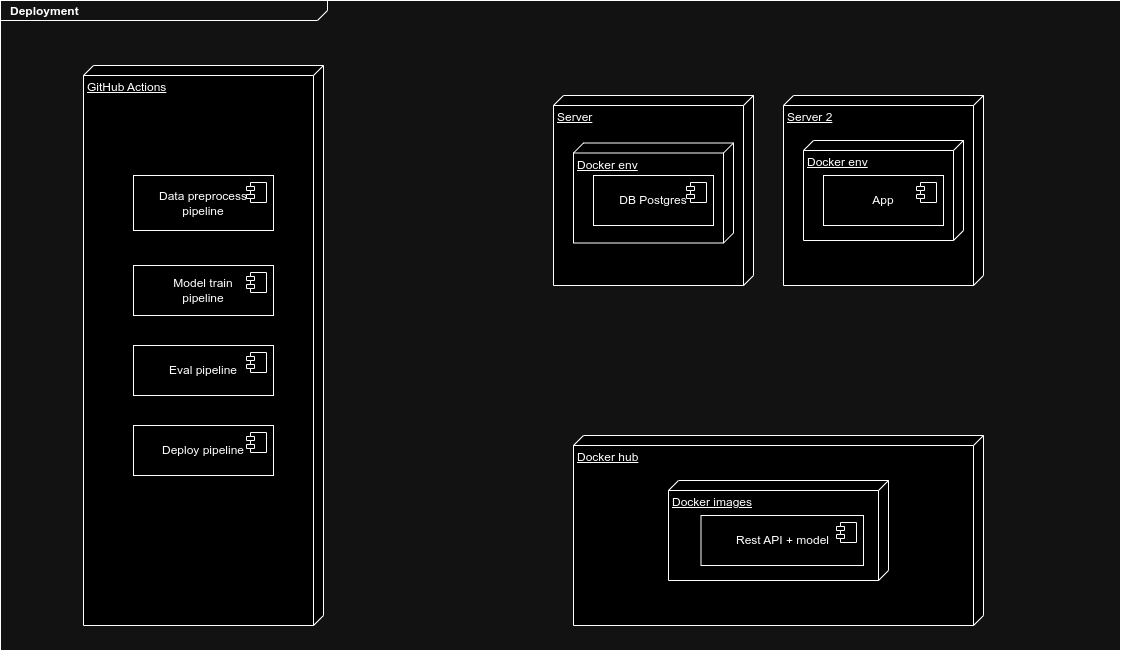
The draw.io diagram arch_lab_2/deploy.png in comiam/emotion-detector, before a commit. Source tidied: cells renumbered, new cells last; positions are measured from the earlier drawing's top-left corner, leaving out a move shared by most shapes.
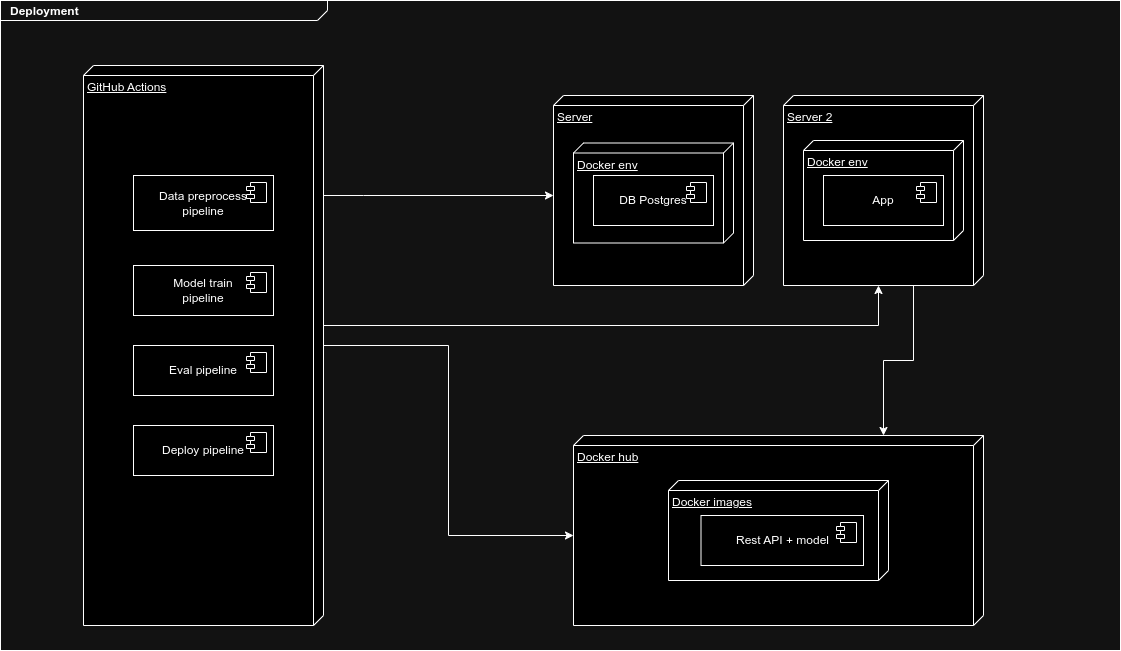
Later version of the same file.

What changed in the source:
```diff
@@ -156,5 +156,33 @@
         <mxPoint x="-27" y="7" as="offset" />
       </mxGeometry>
     </mxCell>
+    <mxCell id="34" style="edgeStyle=orthogonalEdgeStyle;rounded=0;jettySize=auto;html=1;entryX=0;entryY=0;entryDx=100;entryDy=410;entryPerimeter=0;" parent="1" edge="1" source="13" target="14">
+      <mxGeometry relative="1" as="geometry" />
+    </mxCell>
+    <mxCell id="35" style="edgeStyle=orthogonalEdgeStyle;rounded=0;jettySize=auto;html=1;entryX=0;entryY=0;entryDx=100;entryDy=200;entryPerimeter=0;" parent="1" edge="1" source="13" target="30">
+      <mxGeometry relative="1" as="geometry">
+        <Array as="points">
+          <mxPoint x="363" y="195" />
+          <mxPoint x="363" y="195" />
+        </Array>
+      </mxGeometry>
+    </mxCell>
+    <mxCell id="36" style="edgeStyle=orthogonalEdgeStyle;rounded=0;jettySize=auto;html=1;entryX=0;entryY=0;entryDx=190;entryDy=105;entryPerimeter=0;" parent="1" edge="1" source="13" target="16">
+      <mxGeometry relative="1" as="geometry">
+        <Array as="points">
+          <mxPoint x="878" y="325" />
+        </Array>
+      </mxGeometry>
+    </mxCell>
+    <mxCell id="37" style="edgeStyle=orthogonalEdgeStyle;rounded=0;jettySize=auto;html=1;" parent="1" edge="1" source="16">
+      <mxGeometry relative="1" as="geometry">
+        <mxPoint x="883" y="435" as="targetPoint" />
+        <Array as="points">
+          <mxPoint x="913" y="360" />
+          <mxPoint x="883" y="360" />
+          <mxPoint x="883" y="435" />
+        </Array>
+      </mxGeometry>
+    </mxCell>
   </root>
 </mxGraphModel>
```
